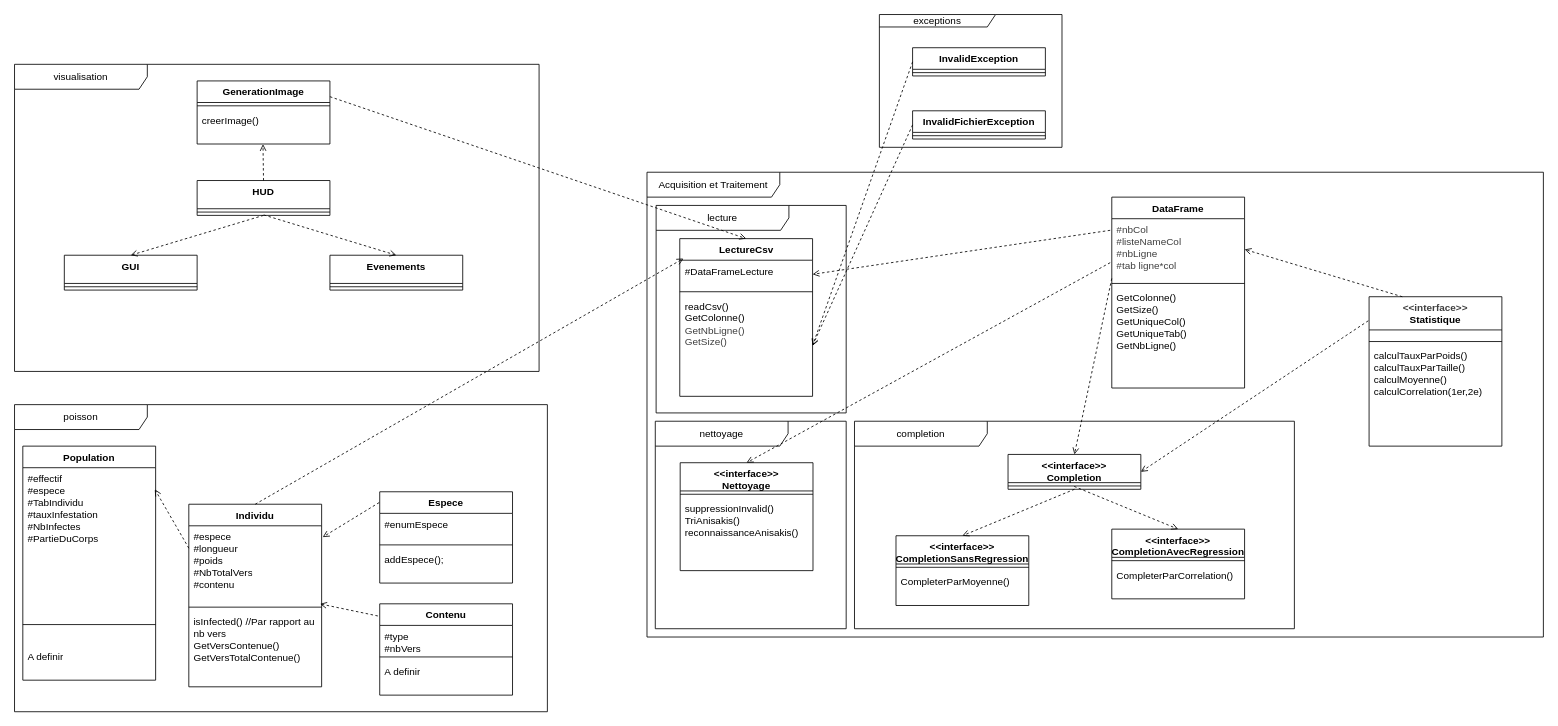
Earlier version of the draw.io diagram Documentation/Diagramme_de_classes .drawio (AraneaShiro/ProjectFish). Source tidied: cells renumbered, new cells numbered last; positions are measured from the earlier drawing's top-left corner, leaving out a move shared by most shapes. Both pictures are drawn from the tidied source at 83%, with x=0, y=0 at pixel (14, 14).
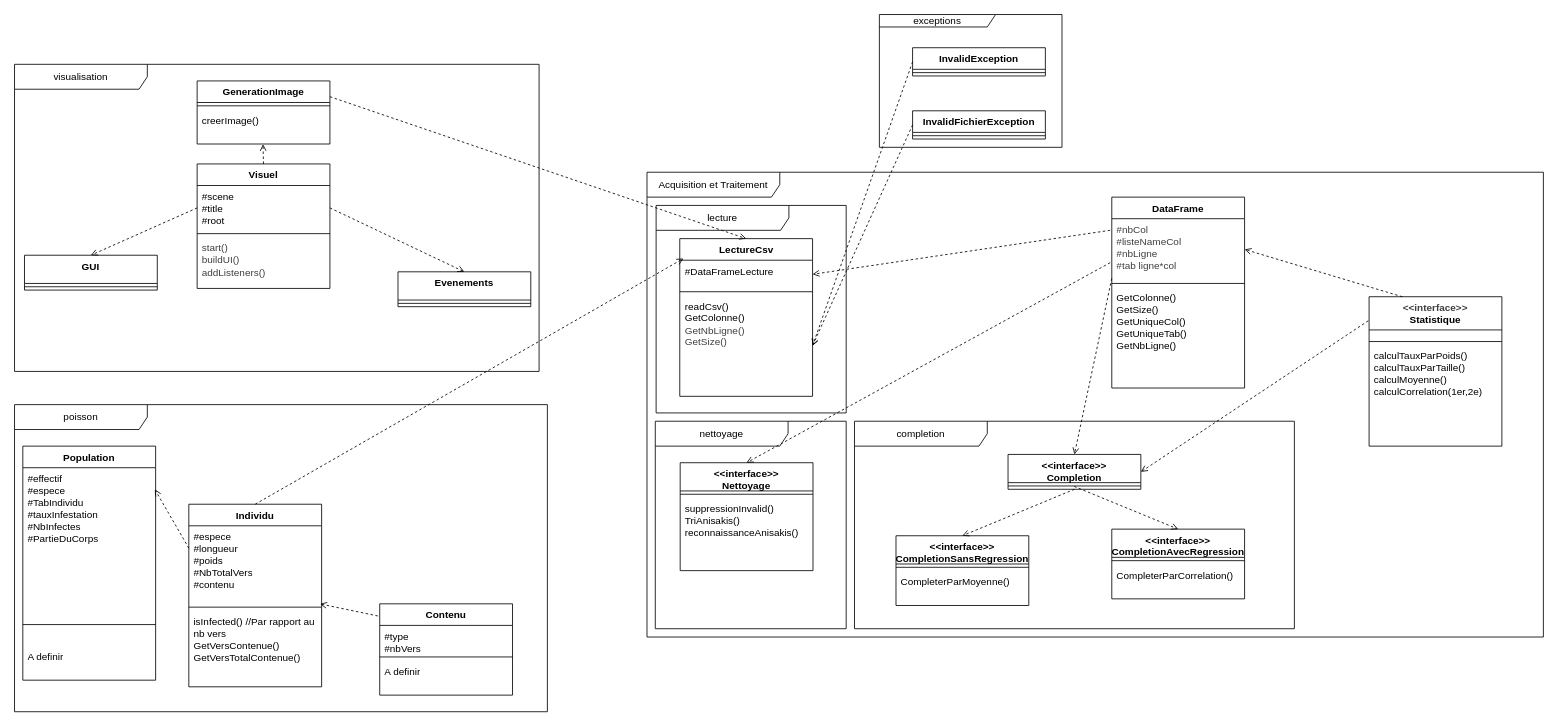
Above is the later version.

Unchanged cells that the change refers to:
```xml
<mxCell id="2" value="poisson" style="shape=umlFrame;whiteSpace=wrap;html=1;width=160;" parent="1" vertex="1">
  <mxGeometry y="470" width="642" height="370" as="geometry" />
</mxCell>
<mxCell id="4" value="#espece&lt;div&gt;#longueur&lt;/div&gt;&lt;div&gt;#poids&lt;/div&gt;&lt;div&gt;#NbTotalVers&lt;/div&gt;&lt;div&gt;#contenu&lt;/div&gt;" style="text;strokeColor=none;fillColor=none;align=left;verticalAlign=top;spacingLeft=4;spacingRight=4;overflow=hidden;points=[[0,0.5],[1,0.5]];portConstraint=eastwest;whiteSpace=wrap;html=1;" parent="3" vertex="1">
  <mxGeometry y="26" width="160" height="94" as="geometry" />
</mxCell>
<mxCell id="25" value="visualisation" style="shape=umlFrame;whiteSpace=wrap;html=1;width=160;" parent="1" vertex="1">
  <mxGeometry y="60" width="632" height="370" as="geometry" />
</mxCell>
<mxCell id="28" value="creerImage()" style="text;strokeColor=none;fillColor=none;align=left;verticalAlign=top;spacingLeft=4;spacingRight=4;overflow=hidden;points=[[0,0.5],[1,0.5]];portConstraint=eastwest;whiteSpace=wrap;html=1;" parent="26" vertex="1">
  <mxGeometry y="34" width="160" height="42" as="geometry" />
</mxCell>
```

Diff of the diagram source:
```diff
@@
-    <mxCell id="7" value="Espece" style="swimlane;fontStyle=1;align=center;verticalAlign=top;horizontal=1;startSize=26;whiteSpace=wrap;html=1;" parent="2" vertex="1">
-      <mxGeometry x="440" y="105" width="160" height="110" as="geometry" />
-    </mxCell>
-    <mxCell id="8" value="#enumEspece" style="text;strokeColor=none;fillColor=none;align=left;verticalAlign=top;spacingLeft=4;spacingRight=4;overflow=hidden;whiteSpace=wrap;html=1;" parent="7" vertex="1">
-      <mxGeometry y="26" width="160" height="34" as="geometry" />
-    </mxCell>
-    <mxCell id="9" style="line;strokeWidth=1;fillColor=none;align=left;verticalAlign=middle;spacingTop=-1;spacingLeft=3;spacingRight=3;labelPosition=right;strokeColor=inherit;" parent="7" vertex="1">
-      <mxGeometry y="60" width="160" height="8" as="geometry" />
-    </mxCell>
-    <mxCell id="10" value="addEspece();" style="text;strokeColor=none;fillColor=none;align=left;verticalAlign=top;spacingLeft=4;spacingRight=4;overflow=hidden;whiteSpace=wrap;html=1;" parent="7" vertex="1">
-      <mxGeometry y="68" width="160" height="42" as="geometry" />
-    </mxCell>
@@
-    <mxCell id="15" style="endArrow=open;html=1;rounded=0;align=center;verticalAlign=bottom;dashed=1;endFill=0;labelBackgroundColor=none;exitX=-0.004;exitY=0.118;exitDx=0;exitDy=0;entryX=1.008;entryY=0.145;entryDx=0;entryDy=0;entryPerimeter=0;exitPerimeter=0;" parent="2" edge="1" source="7" target="4">
-      <mxGeometry relative="1" as="geometry" />
-    </mxCell>
-    <mxCell id="16" style="html=1;align=center;verticalAlign=top;labelBackgroundColor=none;" parent="15" vertex="1">
-      <mxGeometry relative="1" as="geometry" />
-    </mxCell>
@@
-    <mxCell id="29" value="HUD" style="swimlane;fontStyle=1;align=center;verticalAlign=top;horizontal=1;startSize=34;whiteSpace=wrap;html=1;" parent="25" vertex="1">
-      <mxGeometry x="220" y="140" width="160" height="42" as="geometry" />
-    </mxCell>
-    <mxCell id="30" style="line;strokeWidth=1;fillColor=none;align=left;verticalAlign=middle;spacingTop=-1;spacingLeft=3;spacingRight=3;labelPosition=right;points=[];portConstraint=eastwest;strokeColor=inherit;" parent="29" vertex="1">
-      <mxGeometry y="34" width="160" height="8" as="geometry" />
-    </mxCell>
     <mxCell id="31" value="&lt;div&gt;GUI&lt;/div&gt;" style="swimlane;fontStyle=1;align=center;verticalAlign=top;horizontal=1;startSize=34;whiteSpace=wrap;html=1;" parent="25" vertex="1">
-      <mxGeometry x="60" y="230" width="160" height="42" as="geometry" />
+      <mxGeometry x="12" y="230" width="160" height="42" as="geometry" />
     </mxCell>
@@
     <mxCell id="33" value="&lt;div&gt;Evenements&lt;/div&gt;" style="swimlane;fontStyle=1;align=center;verticalAlign=top;horizontal=1;startSize=34;whiteSpace=wrap;html=1;" parent="25" vertex="1">
-      <mxGeometry x="380" y="230" width="160" height="42" as="geometry" />
+      <mxGeometry x="462" y="250" width="160" height="42" as="geometry" />
     </mxCell>
@@
-    <mxCell id="35" style="endArrow=open;html=1;rounded=0;align=center;verticalAlign=bottom;dashed=1;endFill=0;labelBackgroundColor=none;exitX=0.5;exitY=1;exitDx=0;exitDy=0;entryX=0.5;entryY=0;entryDx=0;entryDy=0;" parent="25" edge="1" source="29" target="31">
+    <mxCell id="35" style="endArrow=open;html=1;rounded=0;align=center;verticalAlign=bottom;dashed=1;endFill=0;labelBackgroundColor=none;exitX=0;exitY=0.5;exitDx=0;exitDy=0;entryX=0.5;entryY=0;entryDx=0;entryDy=0;" parent="25" edge="1" source="96" target="31">
       <mxGeometry relative="1" as="geometry" />
     </mxCell>
@@
-    <mxCell id="37" style="endArrow=open;html=1;rounded=0;align=center;verticalAlign=bottom;dashed=1;endFill=0;labelBackgroundColor=none;exitX=0.5;exitY=0;exitDx=0;exitDy=0;entryX=0.496;entryY=1.005;entryDx=0;entryDy=0;entryPerimeter=0;" parent="25" edge="1" source="29" target="28">
-      <mxGeometry relative="1" as="geometry" />
+    <mxCell id="37" style="endArrow=open;html=1;rounded=0;align=center;verticalAlign=bottom;dashed=1;endFill=0;labelBackgroundColor=none;exitX=0.5;exitY=0;exitDx=0;exitDy=0;entryX=0.496;entryY=1.005;entryDx=0;entryDy=0;entryPerimeter=0;" parent="25" edge="1" target="28">
+      <mxGeometry relative="1" as="geometry">
+        <mxPoint x="300" y="120" as="sourcePoint" />
+      </mxGeometry>
     </mxCell>
@@
-    <mxCell id="39" style="endArrow=open;html=1;rounded=0;align=center;verticalAlign=bottom;dashed=1;endFill=0;labelBackgroundColor=none;entryX=0.5;entryY=0;entryDx=0;entryDy=0;exitX=0.502;exitY=0.938;exitDx=0;exitDy=0;exitPerimeter=0;" parent="25" edge="1" source="30" target="33">
+    <mxCell id="39" style="endArrow=open;html=1;rounded=0;align=center;verticalAlign=bottom;dashed=1;endFill=0;labelBackgroundColor=none;entryX=0.5;entryY=0;entryDx=0;entryDy=0;exitX=1;exitY=0.5;exitDx=0;exitDy=0;" parent="25" edge="1" source="96" target="33">
       <mxGeometry relative="1" as="geometry" />
     </mxCell>
@@
+    <mxCell id="95" value="Visuel" style="swimlane;fontStyle=1;align=center;verticalAlign=top;horizontal=1;startSize=26;whiteSpace=wrap;html=1;" parent="25" vertex="1">
+      <mxGeometry x="220" y="120" width="160" height="150" as="geometry" />
+    </mxCell>
+    <mxCell id="96" value="&lt;div&gt;&lt;span style=&quot;background-color: transparent;&quot;&gt;#scene&lt;/span&gt;&lt;/div&gt;&lt;div&gt;&lt;span style=&quot;background-color: transparent;&quot;&gt;#title&lt;/span&gt;&lt;/div&gt;&lt;div&gt;&lt;span style=&quot;background-color: transparent;&quot;&gt;#root&lt;/span&gt;&lt;/div&gt;&lt;div&gt;&lt;span style=&quot;background-color: transparent;&quot;&gt;&lt;br&gt;&lt;/span&gt;&lt;/div&gt;" style="text;strokeColor=none;fillColor=none;align=left;verticalAlign=top;spacingLeft=4;spacingRight=4;overflow=hidden;points=[[0,0.5],[1,0.5]];portConstraint=eastwest;whiteSpace=wrap;html=1;" parent="95" vertex="1">
+      <mxGeometry y="26" width="160" height="54" as="geometry" />
+    </mxCell>
+    <mxCell id="97" style="line;strokeWidth=1;fillColor=none;align=left;verticalAlign=middle;spacingTop=-1;spacingLeft=3;spacingRight=3;labelPosition=right;strokeColor=inherit;" parent="95" vertex="1">
+      <mxGeometry y="80" width="160" height="8" as="geometry" />
+    </mxCell>
+    <mxCell id="98" value="&lt;div style=&quot;color: rgb(63, 63, 63); scrollbar-color: rgb(226, 226, 226) rgb(251, 251, 251);&quot;&gt;start()&lt;/div&gt;&lt;div style=&quot;color: rgb(63, 63, 63); scrollbar-color: rgb(226, 226, 226) rgb(251, 251, 251);&quot;&gt;buildUI()&lt;/div&gt;&lt;div style=&quot;color: rgb(63, 63, 63); scrollbar-color: rgb(226, 226, 226) rgb(251, 251, 251);&quot;&gt;addListeners()&lt;/div&gt;&lt;div style=&quot;color: rgb(63, 63, 63); scrollbar-color: rgb(226, 226, 226) rgb(251, 251, 251);&quot;&gt;&lt;br&gt;&lt;/div&gt;&lt;div style=&quot;color: rgb(63, 63, 63); scrollbar-color: rgb(226, 226, 226) rgb(251, 251, 251);&quot;&gt;&lt;br&gt;&lt;/div&gt;" style="text;strokeColor=none;fillColor=none;align=left;verticalAlign=top;spacingLeft=4;spacingRight=4;overflow=hidden;whiteSpace=wrap;html=1;" parent="95" vertex="1">
+      <mxGeometry y="88" width="160" height="62" as="geometry" />
+    </mxCell>
```
